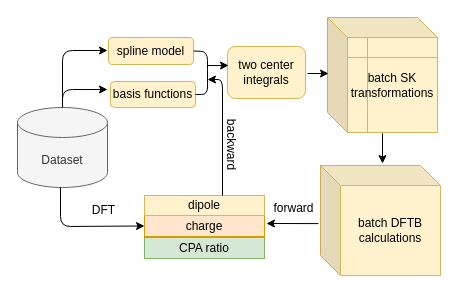
This is Untitled Diagram.drawio from FanGuozheng/dftbpy, a draw.io file, before an edit. Source tidied: cells renumbered, new cells numbered last; positions are measured from the earlier drawing's top-left corner, leaving out a move shared by most shapes. Both pictures are drawn from the tidied source at 100%, with x=0, y=0 at pixel (17, 17).
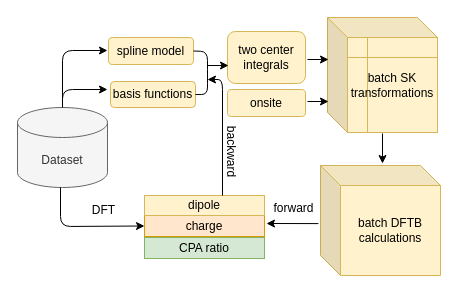
The same page after the edit.

Change to the diagram source:
```diff
@@
     <mxCell id="11" style="endArrow=classic;html=1;" parent="1" edge="1">
       <mxGeometry relative="1" as="geometry">
-        <mxPoint x="290" y="56" as="sourcePoint" />
-        <mxPoint x="311" y="56" as="targetPoint" />
+        <mxPoint x="290" y="42" as="sourcePoint" />
+        <mxPoint x="311" y="42" as="targetPoint" />
       </mxGeometry>
     </mxCell>
@@
     <mxCell id="14" value="backward" style="text;html=1;align=center;verticalAlign=middle;rotation=90;" parent="1" vertex="1">
-      <mxGeometry x="179" y="117" width="70" height="20" as="geometry" />
+      <mxGeometry x="179" y="124" width="70" height="20" as="geometry" />
     </mxCell>
@@
     <mxCell id="21" value="two center integrals" style="rounded=1;whiteSpace=wrap;html=1;fillColor=#fff2cc;strokeColor=#d6b656;" parent="1" vertex="1">
-      <mxGeometry x="210" y="29" width="78" height="52" as="geometry" />
+      <mxGeometry x="210" y="14" width="78" height="52" as="geometry" />
     </mxCell>
@@
+    <mxCell id="24" value="onsite" style="rounded=1;whiteSpace=wrap;html=1;fillColor=#fff2cc;strokeColor=#d6b656;" parent="1" vertex="1">
+      <mxGeometry x="210" y="72" width="78" height="27" as="geometry" />
+    </mxCell>
+    <mxCell id="25" style="endArrow=classic;html=1;" parent="1" edge="1">
+      <mxGeometry relative="1" as="geometry">
+        <mxPoint x="290" y="84" as="sourcePoint" />
+        <mxPoint x="311" y="84" as="targetPoint" />
+      </mxGeometry>
+    </mxCell>
```
